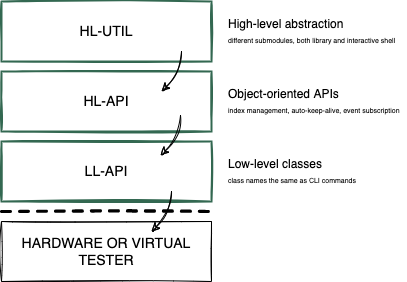
xenanetworks/open-automation-python-api keeps this draw.io diagram as docs/source/_static/api_structure.png. Above is the earlier version. Source tidied: cells renumbered, new cells last; positions are measured from the earlier drawing's top-left corner, leaving out a move shared by most shapes. Source of this version:
```xml
<mxGraphModel>
  <root>
    <mxCell id="0" />
    <mxCell id="1" parent="0" />
    <mxCell id="2" value="LL-API" style="rounded=0;whiteSpace=wrap;html=1;fontSize=14;sketch=1;strokeColor=#336851;strokeWidth=2;" parent="1" vertex="1">
      <mxGeometry y="140" width="210" height="60" as="geometry" />
    </mxCell>
    <mxCell id="3" value="HL-API" style="rounded=0;whiteSpace=wrap;html=1;fontSize=14;sketch=1;strokeColor=#336851;strokeWidth=2;" parent="1" vertex="1">
      <mxGeometry y="70" width="210" height="60" as="geometry" />
    </mxCell>
    <mxCell id="4" value="HL-UTIL" style="rounded=0;whiteSpace=wrap;html=1;fontSize=14;sketch=1;strokeColor=#336851;strokeWidth=2;" parent="1" vertex="1">
      <mxGeometry width="210" height="60" as="geometry" />
    </mxCell>
    <mxCell id="5" value="Object-oriented APIs&lt;br&gt;&lt;font style=&quot;font-size: 7px&quot;&gt;index management, auto-keep-alive, event subscription&lt;/font&gt;" style="text;html=1;strokeColor=none;fillColor=none;align=left;verticalAlign=middle;whiteSpace=wrap;rounded=0;" parent="1" vertex="1">
      <mxGeometry x="225" y="78.8" width="180" height="42.5" as="geometry" />
    </mxCell>
    <mxCell id="6" value="Low-level classes&lt;br&gt;&lt;font style=&quot;font-size: 7px&quot;&gt;class names the same as CLI commands&lt;/font&gt;" style="text;html=1;strokeColor=none;fillColor=none;align=left;verticalAlign=middle;whiteSpace=wrap;rounded=0;" parent="1" vertex="1">
      <mxGeometry x="225" y="155" width="180" height="30" as="geometry" />
    </mxCell>
    <mxCell id="7" value="High-level abstraction&lt;br&gt;&lt;font style=&quot;font-size: 7px&quot;&gt;different submodules, both library and interactive shell&lt;/font&gt;" style="text;html=1;strokeColor=none;fillColor=none;align=left;verticalAlign=middle;whiteSpace=wrap;rounded=0;" parent="1" vertex="1">
      <mxGeometry x="225" y="8.8" width="180" height="42.5" as="geometry" />
    </mxCell>
    <mxCell id="8" value="HARDWARE OR VIRTUAL TESTER" style="rounded=0;whiteSpace=wrap;html=1;sketch=1;fontSize=14;" parent="1" vertex="1">
      <mxGeometry y="220" width="210" height="60" as="geometry" />
    </mxCell>
    <mxCell id="9" style="curved=1;endArrow=classic;html=1;rounded=0;sketch=1;elbow=vertical;fontSize=14;" parent="1" edge="1">
      <mxGeometry relative="1" as="geometry">
        <mxPoint x="180" y="50" as="sourcePoint" />
        <mxPoint x="160" y="90" as="targetPoint" />
        <Array as="points">
          <mxPoint x="180" y="70" />
        </Array>
      </mxGeometry>
    </mxCell>
    <mxCell id="10" style="curved=1;endArrow=classic;html=1;rounded=0;sketch=1;elbow=vertical;fontSize=14;" parent="1" edge="1">
      <mxGeometry relative="1" as="geometry">
        <mxPoint x="179" y="114" as="sourcePoint" />
        <mxPoint x="159" y="154" as="targetPoint" />
        <Array as="points">
          <mxPoint x="179" y="134" />
        </Array>
      </mxGeometry>
    </mxCell>
    <mxCell id="11" style="curved=1;endArrow=classic;html=1;rounded=0;sketch=1;elbow=vertical;fontSize=14;" parent="1" edge="1">
      <mxGeometry relative="1" as="geometry">
        <mxPoint x="170" y="190" as="sourcePoint" />
        <mxPoint x="150" y="230" as="targetPoint" />
        <Array as="points">
          <mxPoint x="170" y="210" />
        </Array>
      </mxGeometry>
    </mxCell>
    <mxCell id="12" style="endArrow=none;html=1;rounded=0;fontSize=7;sketch=1;dashed=1;strokeWidth=3;" parent="1" edge="1">
      <mxGeometry relative="1" as="geometry">
        <mxPoint y="210" as="sourcePoint" />
        <mxPoint x="210" y="210" as="targetPoint" />
      </mxGeometry>
    </mxCell>
  </root>
</mxGraphModel>
```
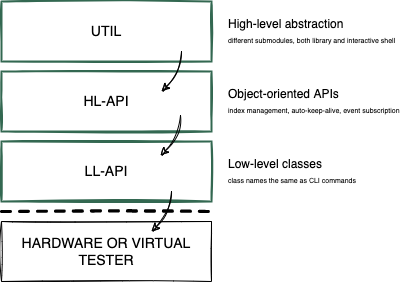
Above is the later version.

Change to the diagram source:
```diff
@@ -8,7 +8,7 @@
     <mxCell id="3" value="HL-API" style="rounded=0;whiteSpace=wrap;html=1;fontSize=14;sketch=1;strokeColor=#336851;strokeWidth=2;" parent="1" vertex="1">
       <mxGeometry y="70" width="210" height="60" as="geometry" />
     </mxCell>
-    <mxCell id="4" value="HL-UTIL" style="rounded=0;whiteSpace=wrap;html=1;fontSize=14;sketch=1;strokeColor=#336851;strokeWidth=2;" parent="1" vertex="1">
+    <mxCell id="4" value="UTIL" style="rounded=0;whiteSpace=wrap;html=1;fontSize=14;sketch=1;strokeColor=#336851;strokeWidth=2;" parent="1" vertex="1">
       <mxGeometry width="210" height="60" as="geometry" />
     </mxCell>
     <mxCell id="5" value="Object-oriented APIs&lt;br&gt;&lt;font style=&quot;font-size: 7px&quot;&gt;index management, auto-keep-alive, event subscription&lt;/font&gt;" style="text;html=1;strokeColor=none;fillColor=none;align=left;verticalAlign=middle;whiteSpace=wrap;rounded=0;" parent="1" vertex="1">
```
